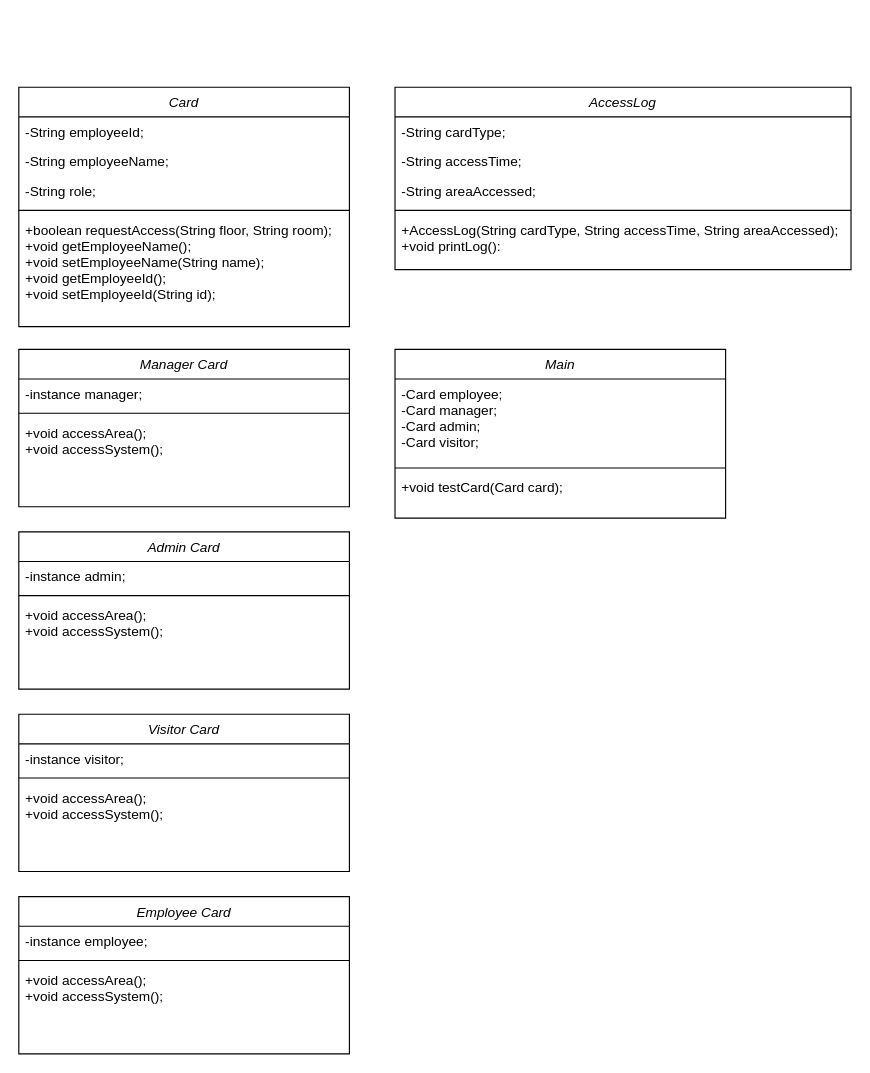
Earlier version of the draw.io diagram Untitled Diagram.drawio (pin-nattharin/DII-GEN6-CompoundSEC). Source tidied: cells renumbered, new cells numbered last; positions are measured from the earlier drawing's top-left corner, leaving out a move shared by most shapes. Both pictures are drawn from the tidied source at 114%, with x=0, y=0 at pixel (18, 87).
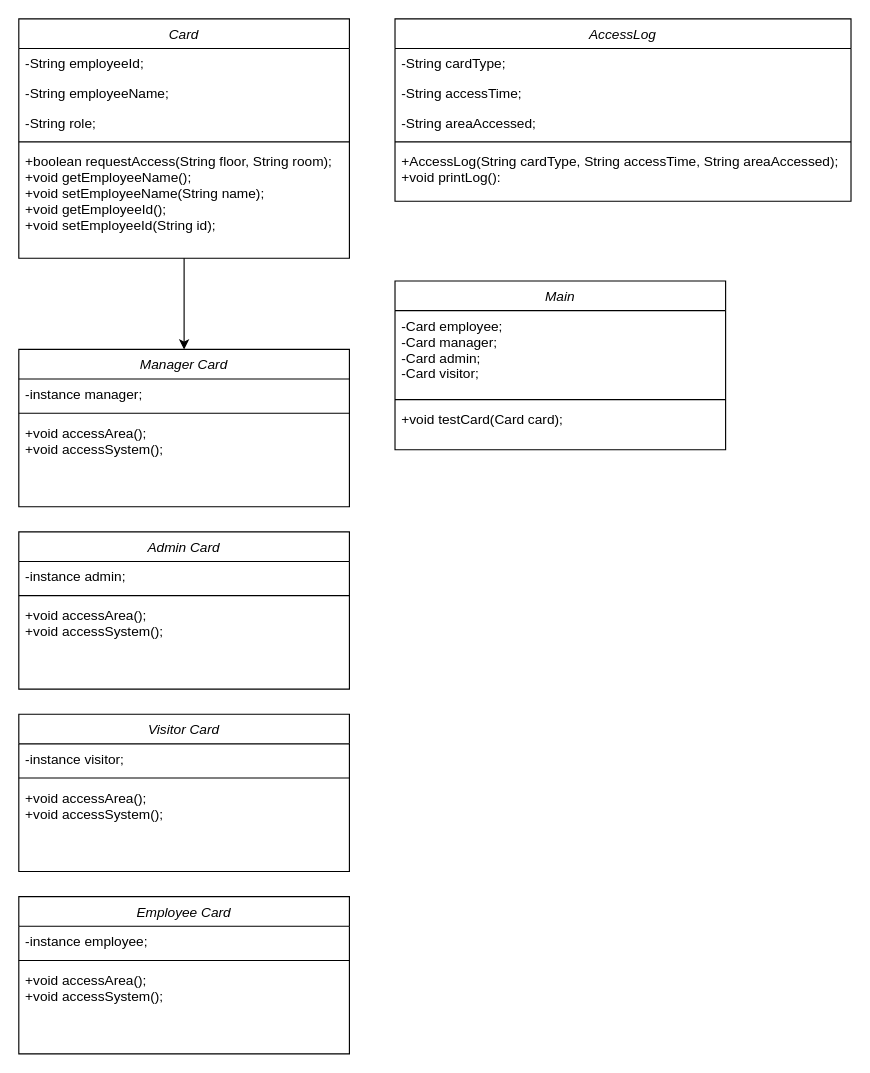
The same diagram, later.

The change refers to these unchanged cells:
```xml
<mxCell id="8" value="Manager Card" style="swimlane;fontStyle=2;align=center;verticalAlign=top;horizontal=1;startSize=26;rounded=0;shadow=0;strokeWidth=1;" parent="1" vertex="1">
  <mxGeometry y="230" width="290" height="138" as="geometry" />
</mxCell>
```

What changed in the source:
```diff
@@
+    <mxCell id="34" style="edgeStyle=orthogonalEdgeStyle;rounded=0;jettySize=auto;html=1;entryX=0.5;entryY=0;entryDx=0;entryDy=0;" parent="1" edge="1" source="2" target="8">
+      <mxGeometry relative="1" as="geometry" />
+    </mxCell>
     <mxCell id="2" value="Card" style="swimlane;fontStyle=2;align=center;verticalAlign=top;horizontal=1;startSize=26;rounded=0;shadow=0;strokeWidth=1;" parent="1" vertex="1">
-      <mxGeometry width="290" height="210" as="geometry" />
+      <mxGeometry y="-60" width="290" height="210" as="geometry" />
     </mxCell>
@@
     <mxCell id="20" value="AccessLog" style="swimlane;fontStyle=2;align=center;verticalAlign=top;horizontal=1;startSize=26;rounded=0;shadow=0;strokeWidth=1;" parent="1" vertex="1">
-      <mxGeometry x="330" width="400" height="160" as="geometry" />
+      <mxGeometry x="330" y="-60" width="400" height="160" as="geometry" />
     </mxCell>
@@
     <mxCell id="30" value="Main" style="swimlane;fontStyle=2;align=center;verticalAlign=top;horizontal=1;startSize=26;rounded=0;shadow=0;strokeWidth=1;" parent="1" vertex="1">
-      <mxGeometry x="330" y="230" width="290" height="148" as="geometry" />
+      <mxGeometry x="330" y="170" width="290" height="148" as="geometry" />
     </mxCell>
```
